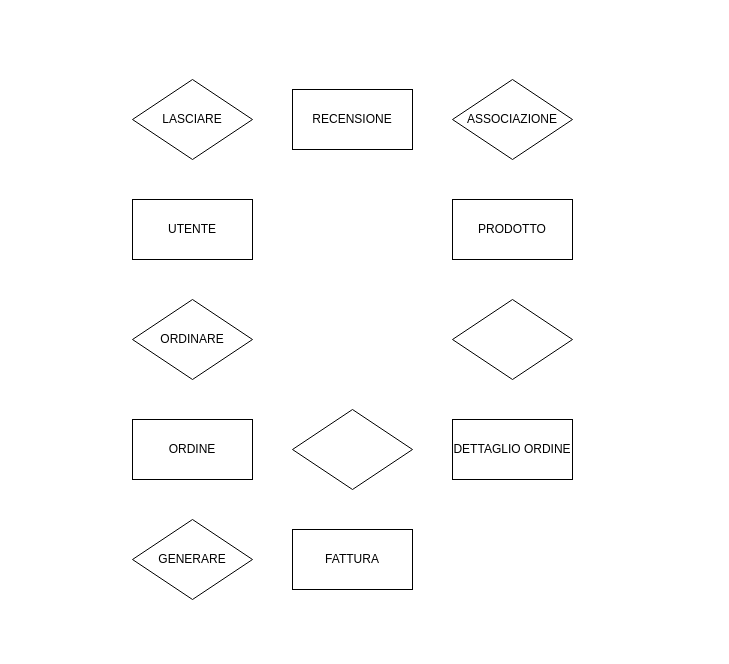
Earlier version of the draw.io diagram Diagramma senza titolo.drawio (alexbnls/ProgettoTSW). Source tidied: cells renumbered, new cells numbered last; positions are measured from the earlier drawing's top-left corner, leaving out a move shared by most shapes. Both pictures are drawn from the tidied source at 100%, with x=0, y=0 at pixel (132, 79).
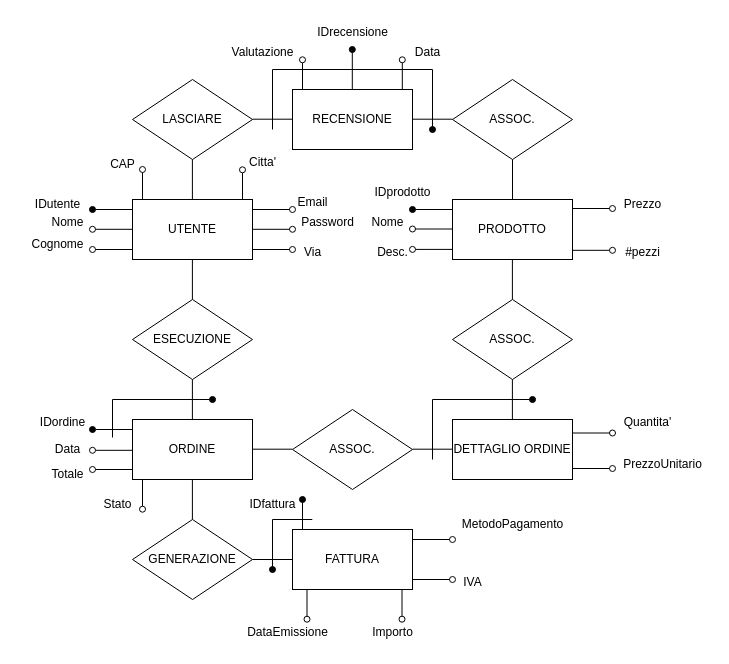
After the change.

Unchanged cells that the change refers to:
```xml
<mxCell id="3" value="PRODOTTO" style="rounded=0;whiteSpace=wrap;html=1;" parent="1" vertex="1">
  <mxGeometry x="320" y="120" width="120" height="60" as="geometry" />
</mxCell>
```

Change to the diagram source:
```diff
@@
-    <mxCell id="8" value="LASCIARE" style="rhombus;whiteSpace=wrap;html=1;" parent="1" vertex="1">
+    <mxCell id="8" value="LASCIARE" style="rhombus;whiteSpace=wrap;html=1;rounded=0;" parent="1" vertex="1">
       <mxGeometry width="120" height="80" as="geometry" />
     </mxCell>
-    <mxCell id="9" value="ORDINARE" style="rhombus;whiteSpace=wrap;html=1;" parent="1" vertex="1">
+    <mxCell id="9" value="ESECUZIONE" style="rhombus;whiteSpace=wrap;html=1;rounded=0;" parent="1" vertex="1">
       <mxGeometry y="220" width="120" height="80" as="geometry" />
     </mxCell>
-    <mxCell id="10" style="rhombus;whiteSpace=wrap;html=1;" parent="1" vertex="1">
+    <mxCell id="10" value="ASSOC." style="rhombus;whiteSpace=wrap;html=1;rounded=0;" parent="1" vertex="1">
       <mxGeometry x="320" y="220" width="120" height="80" as="geometry" />
     </mxCell>
-    <mxCell id="11" value="GENERARE" style="rhombus;whiteSpace=wrap;html=1;" parent="1" vertex="1">
+    <mxCell id="11" value="GENERAZIONE" style="rhombus;whiteSpace=wrap;html=1;rounded=0;" parent="1" vertex="1">
       <mxGeometry y="440" width="120" height="80" as="geometry" />
     </mxCell>
-    <mxCell id="12" style="rhombus;whiteSpace=wrap;html=1;" parent="1" vertex="1">
+    <mxCell id="12" value="ASSOC." style="rhombus;whiteSpace=wrap;html=1;rounded=0;" parent="1" vertex="1">
       <mxGeometry x="160" y="330" width="120" height="80" as="geometry" />
     </mxCell>
-    <mxCell id="13" value="ASSOCIAZIONE" style="rhombus;whiteSpace=wrap;html=1;" parent="1" vertex="1">
+    <mxCell id="13" value="ASSOC." style="rhombus;whiteSpace=wrap;html=1;rounded=0;" parent="1" vertex="1">
       <mxGeometry x="320" width="120" height="80" as="geometry" />
     </mxCell>
+    <mxCell id="14" style="endArrow=none;html=1;rounded=0;exitX=0.5;exitY=0;exitDx=0;exitDy=0;" parent="1" edge="1" source="3">
+      <mxGeometry relative="1" as="geometry">
+        <mxPoint x="380" y="80" as="targetPoint" />
+      </mxGeometry>
+    </mxCell>
+    <mxCell id="15" style="endArrow=none;html=1;rounded=0;exitX=0.5;exitY=0;exitDx=0;exitDy=0;" parent="1" edge="1">
+      <mxGeometry relative="1" as="geometry">
+        <mxPoint x="379.9" y="220" as="sourcePoint" />
+        <mxPoint x="379.9" y="180" as="targetPoint" />
+      </mxGeometry>
+    </mxCell>
+    <mxCell id="16" style="endArrow=none;html=1;rounded=0;exitX=0.5;exitY=0;exitDx=0;exitDy=0;" parent="1" edge="1">
+      <mxGeometry relative="1" as="geometry">
+        <mxPoint x="379.9" y="340" as="sourcePoint" />
+        <mxPoint x="379.9" y="300" as="targetPoint" />
+      </mxGeometry>
+    </mxCell>
+    <mxCell id="17" style="endArrow=none;html=1;rounded=0;exitX=0.5;exitY=0;exitDx=0;exitDy=0;" parent="1" edge="1">
+      <mxGeometry relative="1" as="geometry">
+        <mxPoint x="59.9" y="340" as="sourcePoint" />
+        <mxPoint x="59.9" y="300" as="targetPoint" />
+      </mxGeometry>
+    </mxCell>
+    <mxCell id="18" style="endArrow=none;html=1;rounded=0;exitX=0.5;exitY=0;exitDx=0;exitDy=0;" parent="1" edge="1">
+      <mxGeometry relative="1" as="geometry">
+        <mxPoint x="59.9" y="220" as="sourcePoint" />
+        <mxPoint x="59.9" y="180" as="targetPoint" />
+      </mxGeometry>
+    </mxCell>
+    <mxCell id="19" style="endArrow=none;html=1;rounded=0;exitX=0.5;exitY=0;exitDx=0;exitDy=0;" parent="1" edge="1">
+      <mxGeometry relative="1" as="geometry">
+        <mxPoint x="59.9" y="120" as="sourcePoint" />
+        <mxPoint x="59.9" y="80" as="targetPoint" />
+      </mxGeometry>
+    </mxCell>
+    <mxCell id="20" style="endArrow=none;html=1;rounded=0;exitX=0.5;exitY=0;exitDx=0;exitDy=0;" parent="1" edge="1">
+      <mxGeometry relative="1" as="geometry">
+        <mxPoint x="59.9" y="440" as="sourcePoint" />
+        <mxPoint x="59.9" y="400" as="targetPoint" />
+      </mxGeometry>
+    </mxCell>
+    <mxCell id="21" style="endArrow=none;html=1;rounded=0;" parent="1" edge="1" source="11">
+      <mxGeometry relative="1" as="geometry">
+        <mxPoint x="160" y="480" as="targetPoint" />
+      </mxGeometry>
+    </mxCell>
+    <mxCell id="22" style="endArrow=none;html=1;rounded=0;" parent="1" edge="1">
+      <mxGeometry relative="1" as="geometry">
+        <mxPoint x="120" y="369.7" as="sourcePoint" />
+        <mxPoint x="160" y="369.7" as="targetPoint" />
+      </mxGeometry>
+    </mxCell>
+    <mxCell id="23" style="endArrow=none;html=1;rounded=0;" parent="1" edge="1">
+      <mxGeometry relative="1" as="geometry">
+        <mxPoint x="280" y="369.7" as="sourcePoint" />
+        <mxPoint x="320" y="369.7" as="targetPoint" />
+      </mxGeometry>
+    </mxCell>
+    <mxCell id="24" style="endArrow=none;html=1;rounded=0;" parent="1" edge="1">
+      <mxGeometry relative="1" as="geometry">
+        <mxPoint x="280" y="39.7" as="sourcePoint" />
+        <mxPoint x="320" y="39.7" as="targetPoint" />
+      </mxGeometry>
+    </mxCell>
+    <mxCell id="25" style="endArrow=none;html=1;rounded=0;" parent="1" edge="1">
+      <mxGeometry relative="1" as="geometry">
+        <mxPoint x="120" y="39.7" as="sourcePoint" />
+        <mxPoint x="160" y="39.7" as="targetPoint" />
+      </mxGeometry>
+    </mxCell>
+    <mxCell id="26" style="endArrow=none;html=1;rounded=0;startArrow=oval;startFill=1;" parent="1" edge="1">
+      <mxGeometry relative="1" as="geometry">
+        <mxPoint x="-40" y="130" as="sourcePoint" />
+        <mxPoint y="130" as="targetPoint" />
+      </mxGeometry>
+    </mxCell>
+    <mxCell id="27" style="endArrow=none;html=1;rounded=0;startArrow=oval;startFill=1;" parent="1" edge="1">
+      <mxGeometry relative="1" as="geometry">
+        <mxPoint x="219.8" y="-30" as="sourcePoint" />
+        <mxPoint x="219.8" y="10" as="targetPoint" />
+      </mxGeometry>
+    </mxCell>
+    <mxCell id="28" style="endArrow=none;html=1;rounded=0;startArrow=oval;startFill=1;" parent="1" edge="1">
+      <mxGeometry relative="1" as="geometry">
+        <mxPoint x="280" y="130" as="sourcePoint" />
+        <mxPoint x="320" y="130" as="targetPoint" />
+      </mxGeometry>
+    </mxCell>
+    <mxCell id="29" style="endArrow=none;html=1;rounded=0;startArrow=oval;startFill=1;" parent="1" edge="1">
+      <mxGeometry relative="1" as="geometry">
+        <mxPoint x="-40" y="350" as="sourcePoint" />
+        <mxPoint y="350" as="targetPoint" />
+      </mxGeometry>
+    </mxCell>
+    <mxCell id="30" style="endArrow=none;html=1;rounded=0;startArrow=oval;startFill=1;" parent="1" edge="1">
+      <mxGeometry relative="1" as="geometry">
+        <mxPoint x="400" y="320" as="sourcePoint" />
+        <mxPoint x="300" y="380" as="targetPoint" />
+        <Array as="points">
+          <mxPoint x="300" y="320" />
+        </Array>
+      </mxGeometry>
+    </mxCell>
+    <mxCell id="31" style="endArrow=none;html=1;rounded=0;startArrow=oval;startFill=1;" parent="1" edge="1">
+      <mxGeometry relative="1" as="geometry">
+        <mxPoint x="170" y="420" as="sourcePoint" />
+        <mxPoint x="170" y="450" as="targetPoint" />
+      </mxGeometry>
+    </mxCell>
+    <mxCell id="32" style="endArrow=none;html=1;rounded=0;startArrow=oval;startFill=0;" parent="1" edge="1">
+      <mxGeometry relative="1" as="geometry">
+        <mxPoint x="-40" y="149.8" as="sourcePoint" />
+        <mxPoint y="149.8" as="targetPoint" />
+      </mxGeometry>
+    </mxCell>
+    <mxCell id="33" style="endArrow=none;html=1;rounded=0;startArrow=oval;startFill=0;" parent="1" edge="1">
+      <mxGeometry relative="1" as="geometry">
+        <mxPoint x="-40" y="170" as="sourcePoint" />
+        <mxPoint y="170" as="targetPoint" />
+      </mxGeometry>
+    </mxCell>
+    <mxCell id="34" style="endArrow=none;html=1;rounded=0;startArrow=oval;startFill=0;" parent="1" edge="1">
+      <mxGeometry relative="1" as="geometry">
+        <mxPoint x="160" y="130" as="sourcePoint" />
+        <mxPoint x="120" y="130" as="targetPoint" />
+      </mxGeometry>
+    </mxCell>
+    <mxCell id="35" style="endArrow=none;html=1;rounded=0;startArrow=oval;startFill=0;" parent="1" edge="1">
+      <mxGeometry relative="1" as="geometry">
+        <mxPoint x="160" y="149.8" as="sourcePoint" />
+        <mxPoint x="120" y="149.8" as="targetPoint" />
+      </mxGeometry>
+    </mxCell>
+    <mxCell id="36" style="endArrow=none;html=1;rounded=0;startArrow=oval;startFill=0;" parent="1" edge="1">
+      <mxGeometry relative="1" as="geometry">
+        <mxPoint x="10" y="90" as="sourcePoint" />
+        <mxPoint x="10" y="119.7" as="targetPoint" />
+      </mxGeometry>
+    </mxCell>
+    <mxCell id="37" style="endArrow=none;html=1;rounded=0;startArrow=oval;startFill=0;" parent="1" edge="1">
+      <mxGeometry relative="1" as="geometry">
+        <mxPoint x="110" y="90.3" as="sourcePoint" />
+        <mxPoint x="110" y="120" as="targetPoint" />
+      </mxGeometry>
+    </mxCell>
+    <mxCell id="38" style="endArrow=none;html=1;rounded=0;startArrow=oval;startFill=0;" parent="1" edge="1">
+      <mxGeometry relative="1" as="geometry">
+        <mxPoint x="160" y="170" as="sourcePoint" />
+        <mxPoint x="120" y="170" as="targetPoint" />
+      </mxGeometry>
+    </mxCell>
+    <mxCell id="39" value="IDutente" style="text;html=1;align=center;verticalAlign=middle;strokeColor=none;fillColor=none;" parent="1" vertex="1">
+      <mxGeometry x="-110" y="110" width="70" height="30" as="geometry" />
+    </mxCell>
+    <mxCell id="40" value="Nome" style="text;html=1;align=center;verticalAlign=middle;strokeColor=none;fillColor=none;" parent="1" vertex="1">
+      <mxGeometry x="-95" y="128" width="60" height="30" as="geometry" />
+    </mxCell>
+    <mxCell id="41" value="Cognome" style="text;html=1;align=center;verticalAlign=middle;strokeColor=none;fillColor=none;" parent="1" vertex="1">
+      <mxGeometry x="-115" y="150" width="80" height="30" as="geometry" />
+    </mxCell>
+    <mxCell id="42" value="Email" style="text;html=1;align=center;verticalAlign=middle;strokeColor=none;fillColor=none;" parent="1" vertex="1">
+      <mxGeometry x="155" y="108" width="50" height="30" as="geometry" />
+    </mxCell>
+    <mxCell id="43" value="Password" style="text;html=1;align=center;verticalAlign=middle;strokeColor=none;fillColor=none;" parent="1" vertex="1">
+      <mxGeometry x="155" y="128" width="80" height="30" as="geometry" />
+    </mxCell>
+    <mxCell id="44" value="Via" style="text;html=1;align=center;verticalAlign=middle;strokeColor=none;fillColor=none;" parent="1" vertex="1">
+      <mxGeometry x="160" y="158" width="40" height="30" as="geometry" />
+    </mxCell>
+    <mxCell id="45" value="CAP" style="text;html=1;align=center;verticalAlign=middle;strokeColor=none;fillColor=none;" parent="1" vertex="1">
+      <mxGeometry x="-35" y="70" width="50" height="30" as="geometry" />
+    </mxCell>
+    <mxCell id="46" value="Citta'" style="text;html=1;align=center;verticalAlign=middle;strokeColor=none;fillColor=none;" parent="1" vertex="1">
+      <mxGeometry x="105" y="68" width="50" height="30" as="geometry" />
+    </mxCell>
+    <mxCell id="47" value="IDprodotto" style="text;html=1;align=center;verticalAlign=middle;strokeColor=none;fillColor=none;" parent="1" vertex="1">
+      <mxGeometry x="230" y="98" width="80" height="30" as="geometry" />
+    </mxCell>
+    <mxCell id="48" style="endArrow=none;html=1;rounded=0;startArrow=oval;startFill=0;" parent="1" edge="1">
+      <mxGeometry relative="1" as="geometry">
+        <mxPoint x="280" y="149.5" as="sourcePoint" />
+        <mxPoint x="320" y="149.5" as="targetPoint" />
+      </mxGeometry>
+    </mxCell>
+    <mxCell id="49" style="endArrow=none;html=1;rounded=0;startArrow=oval;startFill=0;" parent="1" edge="1">
+      <mxGeometry relative="1" as="geometry">
+        <mxPoint x="280" y="169.9" as="sourcePoint" />
+        <mxPoint x="320" y="169.9" as="targetPoint" />
+      </mxGeometry>
+    </mxCell>
+    <mxCell id="50" style="endArrow=none;html=1;rounded=0;startArrow=oval;startFill=0;" parent="1" edge="1">
+      <mxGeometry relative="1" as="geometry">
+        <mxPoint x="480" y="129" as="sourcePoint" />
+        <mxPoint x="440" y="129" as="targetPoint" />
+      </mxGeometry>
+    </mxCell>
+    <mxCell id="51" style="endArrow=none;html=1;rounded=0;startArrow=oval;startFill=0;" parent="1" edge="1">
+      <mxGeometry relative="1" as="geometry">
+        <mxPoint x="480" y="170.8" as="sourcePoint" />
+        <mxPoint x="440" y="170.8" as="targetPoint" />
+      </mxGeometry>
+    </mxCell>
+    <mxCell id="52" value="Nome" style="text;html=1;align=center;verticalAlign=middle;strokeColor=none;fillColor=none;" parent="1" vertex="1">
+      <mxGeometry x="225" y="128" width="60" height="30" as="geometry" />
+    </mxCell>
+    <mxCell id="53" value="Desc." style="text;html=1;align=center;verticalAlign=middle;strokeColor=none;fillColor=none;" parent="1" vertex="1">
+      <mxGeometry x="235" y="158" width="50" height="30" as="geometry" />
+    </mxCell>
+    <mxCell id="54" value="Prezzo" style="text;html=1;align=center;verticalAlign=middle;strokeColor=none;fillColor=none;" parent="1" vertex="1">
+      <mxGeometry x="480" y="110" width="60" height="30" as="geometry" />
+    </mxCell>
+    <mxCell id="55" value="#pezzi" style="text;html=1;align=center;verticalAlign=middle;strokeColor=none;fillColor=none;" parent="1" vertex="1">
+      <mxGeometry x="480" y="158" width="60" height="30" as="geometry" />
+    </mxCell>
+    <mxCell id="56" style="endArrow=oval;html=1;rounded=0;endFill=1;" parent="1" edge="1">
+      <mxGeometry relative="1" as="geometry">
+        <mxPoint x="140" y="50" as="sourcePoint" />
+        <mxPoint x="300" y="50" as="targetPoint" />
+        <Array as="points">
+          <mxPoint x="140" y="-10" />
+          <mxPoint x="300" y="-10" />
+        </Array>
+      </mxGeometry>
+    </mxCell>
+    <mxCell id="57" value="IDrecensione" style="text;html=1;align=center;verticalAlign=middle;strokeColor=none;fillColor=none;" parent="1" vertex="1">
+      <mxGeometry x="175" y="-62" width="90" height="30" as="geometry" />
+    </mxCell>
+    <mxCell id="58" style="endArrow=none;html=1;rounded=0;startArrow=oval;startFill=0;" parent="1" edge="1">
+      <mxGeometry relative="1" as="geometry">
+        <mxPoint x="170" y="-19.7" as="sourcePoint" />
+        <mxPoint x="170" y="10" as="targetPoint" />
+      </mxGeometry>
+    </mxCell>
+    <mxCell id="59" value="Valutazione" style="text;html=1;align=center;verticalAlign=middle;strokeColor=none;fillColor=none;" parent="1" vertex="1">
+      <mxGeometry x="85" y="-42" width="90" height="30" as="geometry" />
+    </mxCell>
+    <mxCell id="60" style="endArrow=none;html=1;rounded=0;startArrow=oval;startFill=0;" parent="1" edge="1">
+      <mxGeometry relative="1" as="geometry">
+        <mxPoint x="269.8" y="-19.7" as="sourcePoint" />
+        <mxPoint x="269.8" y="10" as="targetPoint" />
+      </mxGeometry>
+    </mxCell>
+    <mxCell id="61" value="Data" style="text;html=1;align=center;verticalAlign=middle;strokeColor=none;fillColor=none;" parent="1" vertex="1">
+      <mxGeometry x="270" y="-42" width="50" height="30" as="geometry" />
+    </mxCell>
+    <mxCell id="62" value="IDordine" style="text;html=1;align=center;verticalAlign=middle;strokeColor=none;fillColor=none;" parent="1" vertex="1">
+      <mxGeometry x="-105" y="328" width="70" height="30" as="geometry" />
+    </mxCell>
+    <mxCell id="63" style="endArrow=none;html=1;rounded=0;startArrow=oval;startFill=0;" parent="1" edge="1">
+      <mxGeometry relative="1" as="geometry">
+        <mxPoint x="-40" y="370.8" as="sourcePoint" />
+        <mxPoint y="370.8" as="targetPoint" />
+      </mxGeometry>
+    </mxCell>
+    <mxCell id="64" value="Data" style="text;html=1;align=center;verticalAlign=middle;strokeColor=none;fillColor=none;" parent="1" vertex="1">
+      <mxGeometry x="-90" y="355" width="50" height="30" as="geometry" />
+    </mxCell>
+    <mxCell id="65" style="endArrow=none;html=1;rounded=0;startArrow=oval;startFill=0;" parent="1" edge="1">
+      <mxGeometry relative="1" as="geometry">
+        <mxPoint x="-40" y="390" as="sourcePoint" />
+        <mxPoint y="390" as="targetPoint" />
+      </mxGeometry>
+    </mxCell>
+    <mxCell id="66" value="Totale" style="text;html=1;align=center;verticalAlign=middle;strokeColor=none;fillColor=none;" parent="1" vertex="1">
+      <mxGeometry x="-95" y="380" width="60" height="30" as="geometry" />
+    </mxCell>
+    <mxCell id="67" style="endArrow=none;html=1;rounded=0;startArrow=oval;startFill=0;" parent="1" edge="1">
+      <mxGeometry relative="1" as="geometry">
+        <mxPoint x="10" y="429.7" as="sourcePoint" />
+        <mxPoint x="10" y="400" as="targetPoint" />
+      </mxGeometry>
+    </mxCell>
+    <mxCell id="68" value="Stato" style="text;html=1;align=center;verticalAlign=middle;strokeColor=none;fillColor=none;" parent="1" vertex="1">
+      <mxGeometry x="-40" y="410" width="50" height="30" as="geometry" />
+    </mxCell>
+    <mxCell id="69" style="endArrow=none;html=1;rounded=0;startArrow=oval;startFill=1;" parent="1" edge="1">
+      <mxGeometry relative="1" as="geometry">
+        <mxPoint x="80" y="320" as="sourcePoint" />
+        <mxPoint x="-20" y="358" as="targetPoint" />
+        <Array as="points">
+          <mxPoint x="-20" y="320" />
+        </Array>
+      </mxGeometry>
+    </mxCell>
+    <mxCell id="70" style="endArrow=none;html=1;rounded=0;startArrow=oval;startFill=0;" parent="1" edge="1">
+      <mxGeometry relative="1" as="geometry">
+        <mxPoint x="480" y="353.5" as="sourcePoint" />
+        <mxPoint x="440" y="353.5" as="targetPoint" />
+      </mxGeometry>
+    </mxCell>
+    <mxCell id="71" value="Quantita'" style="text;html=1;align=center;verticalAlign=middle;strokeColor=none;fillColor=none;" parent="1" vertex="1">
+      <mxGeometry x="480" y="328" width="70" height="30" as="geometry" />
+    </mxCell>
+    <mxCell id="72" style="endArrow=none;html=1;rounded=0;startArrow=oval;startFill=0;" parent="1" edge="1">
+      <mxGeometry relative="1" as="geometry">
+        <mxPoint x="480" y="389" as="sourcePoint" />
+        <mxPoint x="440" y="389" as="targetPoint" />
+      </mxGeometry>
+    </mxCell>
+    <mxCell id="73" value="PrezzoUnitario" style="text;html=1;align=center;verticalAlign=middle;strokeColor=none;fillColor=none;" parent="1" vertex="1">
+      <mxGeometry x="480" y="370" width="100" height="30" as="geometry" />
+    </mxCell>
+    <mxCell id="74" value="IDfattura" style="text;html=1;align=center;verticalAlign=middle;strokeColor=none;fillColor=none;" parent="1" vertex="1">
+      <mxGeometry x="105" y="410" width="70" height="30" as="geometry" />
+    </mxCell>
+    <mxCell id="75" style="endArrow=none;html=1;rounded=0;startArrow=oval;startFill=1;" parent="1" edge="1">
+      <mxGeometry relative="1" as="geometry">
+        <mxPoint x="140" y="490" as="sourcePoint" />
+        <mxPoint x="179.8" y="440" as="targetPoint" />
+        <Array as="points">
+          <mxPoint x="140" y="440" />
+        </Array>
+      </mxGeometry>
+    </mxCell>
+    <mxCell id="76" style="endArrow=none;html=1;rounded=0;startArrow=oval;startFill=0;" parent="1" edge="1">
+      <mxGeometry relative="1" as="geometry">
+        <mxPoint x="174.5" y="539.7" as="sourcePoint" />
+        <mxPoint x="174.5" y="510" as="targetPoint" />
+      </mxGeometry>
+    </mxCell>
+    <mxCell id="77" value="DataEmissione" style="text;html=1;align=center;verticalAlign=middle;strokeColor=none;fillColor=none;" parent="1" vertex="1">
+      <mxGeometry x="105" y="538" width="100" height="30" as="geometry" />
+    </mxCell>
+    <mxCell id="78" style="endArrow=none;html=1;rounded=0;startArrow=oval;startFill=0;" parent="1" edge="1">
+      <mxGeometry relative="1" as="geometry">
+        <mxPoint x="269.5" y="539.7" as="sourcePoint" />
+        <mxPoint x="269.5" y="510" as="targetPoint" />
+      </mxGeometry>
+    </mxCell>
+    <mxCell id="79" value="Importo" style="text;html=1;align=center;verticalAlign=middle;strokeColor=none;fillColor=none;" parent="1" vertex="1">
+      <mxGeometry x="230" y="538" width="60" height="30" as="geometry" />
+    </mxCell>
+    <mxCell id="80" style="endArrow=none;html=1;rounded=0;startArrow=oval;startFill=0;" parent="1" edge="1">
+      <mxGeometry relative="1" as="geometry">
+        <mxPoint x="320" y="460" as="sourcePoint" />
+        <mxPoint x="279.5" y="460" as="targetPoint" />
+      </mxGeometry>
+    </mxCell>
+    <mxCell id="81" value="MetodoPagamento" style="text;html=1;align=center;verticalAlign=middle;strokeColor=none;fillColor=none;" parent="1" vertex="1">
+      <mxGeometry x="320" y="430" width="120" height="30" as="geometry" />
+    </mxCell>
+    <mxCell id="82" style="endArrow=none;html=1;rounded=0;startArrow=oval;startFill=0;" parent="1" edge="1">
+      <mxGeometry relative="1" as="geometry">
+        <mxPoint x="320" y="500" as="sourcePoint" />
+        <mxPoint x="279.5" y="500" as="targetPoint" />
+      </mxGeometry>
+    </mxCell>
+    <mxCell id="83" value="IVA" style="text;html=1;align=center;verticalAlign=middle;strokeColor=none;fillColor=none;" parent="1" vertex="1">
+      <mxGeometry x="320" y="488" width="40" height="30" as="geometry" />
+    </mxCell>
```
